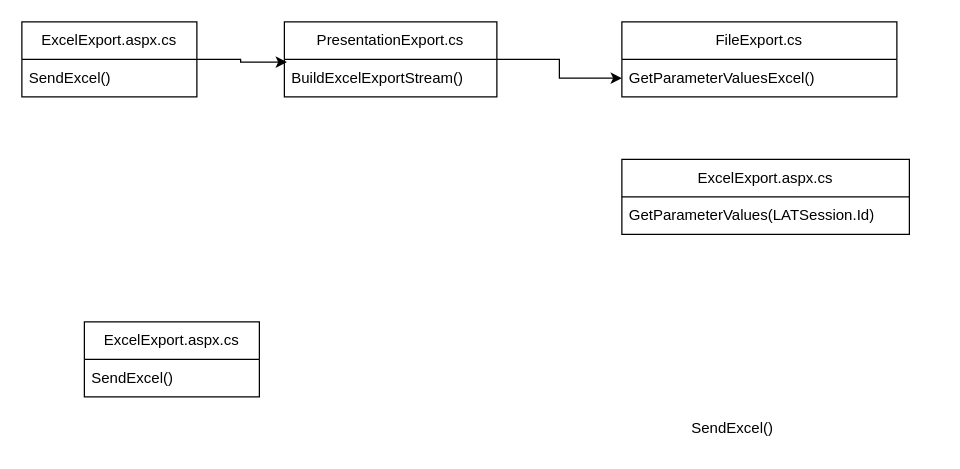
Before: individal.drawio in zpjune/Diagrams, a draw.io diagram. Source tidied: cells renumbered, new cells numbered last; positions are measured from the earlier drawing's top-left corner, leaving out a move shared by most shapes. Both pictures are drawn from the tidied source at 125%, with x=0, y=0 at pixel (21, 21).
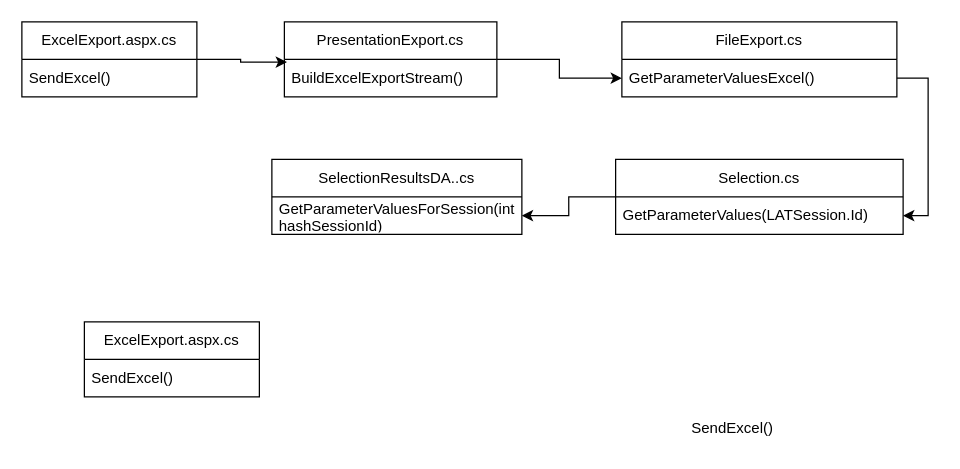
After the change.

The change refers to these unchanged cells:
```xml
<mxCell id="6" value="GetParameterValuesExcel()" style="text;strokeColor=none;fillColor=none;align=left;verticalAlign=middle;spacingLeft=4;spacingRight=4;overflow=hidden;points=[[0,0.5],[1,0.5]];portConstraint=eastwest;whiteSpace=wrap;html=1;" parent="5" vertex="1">
  <mxGeometry y="30" width="220" height="30" as="geometry" />
</mxCell>
<mxCell id="8" value="GetParameterValues(LATSession.Id)" style="text;strokeColor=none;fillColor=none;align=left;verticalAlign=middle;spacingLeft=4;spacingRight=4;overflow=hidden;points=[[0,0.5],[1,0.5]];portConstraint=eastwest;whiteSpace=wrap;html=1;" parent="7" vertex="1">
  <mxGeometry y="30" width="230" height="30" as="geometry" />
</mxCell>
```

What changed in the source:
```diff
@@
+    <mxCell id="15" style="edgeStyle=orthogonalEdgeStyle;rounded=0;jettySize=auto;html=1;" parent="1" edge="1" source="7" target="17">
+      <mxGeometry relative="1" as="geometry" />
+    </mxCell>
-    <mxCell id="7" value="ExcelExport.aspx.cs" style="swimlane;fontStyle=0;horizontal=1;startSize=30;whiteSpace=wrap;html=1;" parent="1" vertex="1">
-      <mxGeometry x="480" y="110" width="230" height="60" as="geometry" />
+    <mxCell id="7" value="Selection.cs" style="swimlane;fontStyle=0;horizontal=1;startSize=30;whiteSpace=wrap;html=1;" parent="1" vertex="1">
+      <mxGeometry x="475" y="110" width="230" height="60" as="geometry" />
     </mxCell>
@@
+    <mxCell id="16" value="SelectionResultsDA..cs" style="swimlane;fontStyle=0;horizontal=1;startSize=30;whiteSpace=wrap;html=1;" parent="1" vertex="1">
+      <mxGeometry x="200" y="110" width="200" height="60" as="geometry" />
+    </mxCell>
+    <mxCell id="17" value="GetParameterValuesForSession(int hashSessionId)" style="text;strokeColor=none;fillColor=none;align=left;verticalAlign=middle;spacingLeft=4;spacingRight=4;overflow=hidden;points=[[0,0.5],[1,0.5]];portConstraint=eastwest;whiteSpace=wrap;html=1;" parent="16" vertex="1">
+      <mxGeometry y="30" width="200" height="30" as="geometry" />
+    </mxCell>
+    <mxCell id="18" style="edgeStyle=orthogonalEdgeStyle;rounded=0;jettySize=auto;html=1;" parent="1" edge="1" source="6" target="8">
+      <mxGeometry relative="1" as="geometry">
+        <Array as="points">
+          <mxPoint x="725" y="45" />
+          <mxPoint x="725" y="155" />
+        </Array>
+      </mxGeometry>
+    </mxCell>
```
